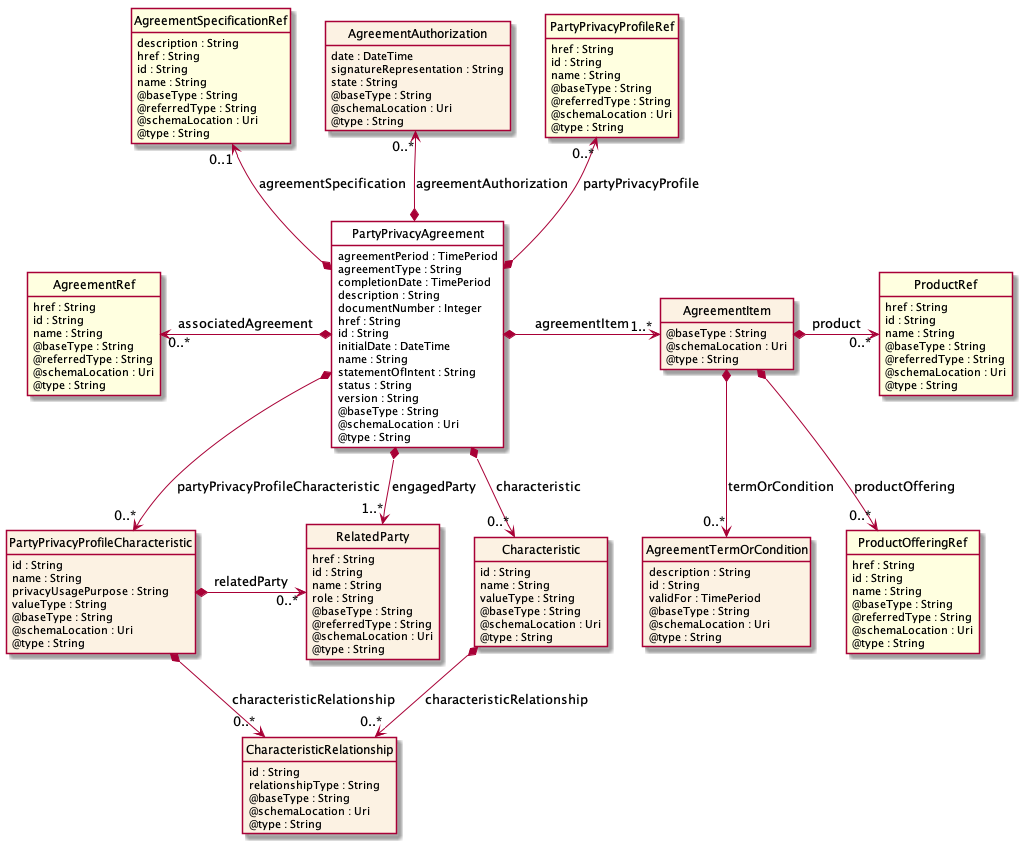
Before: apis/TMF644_Privacy/documentation/diagrams/Resource_PartyPrivacyAgreement.png, a diagram exported from PlantUML (tmforum-apis/Open_Api_And_Data_Model).
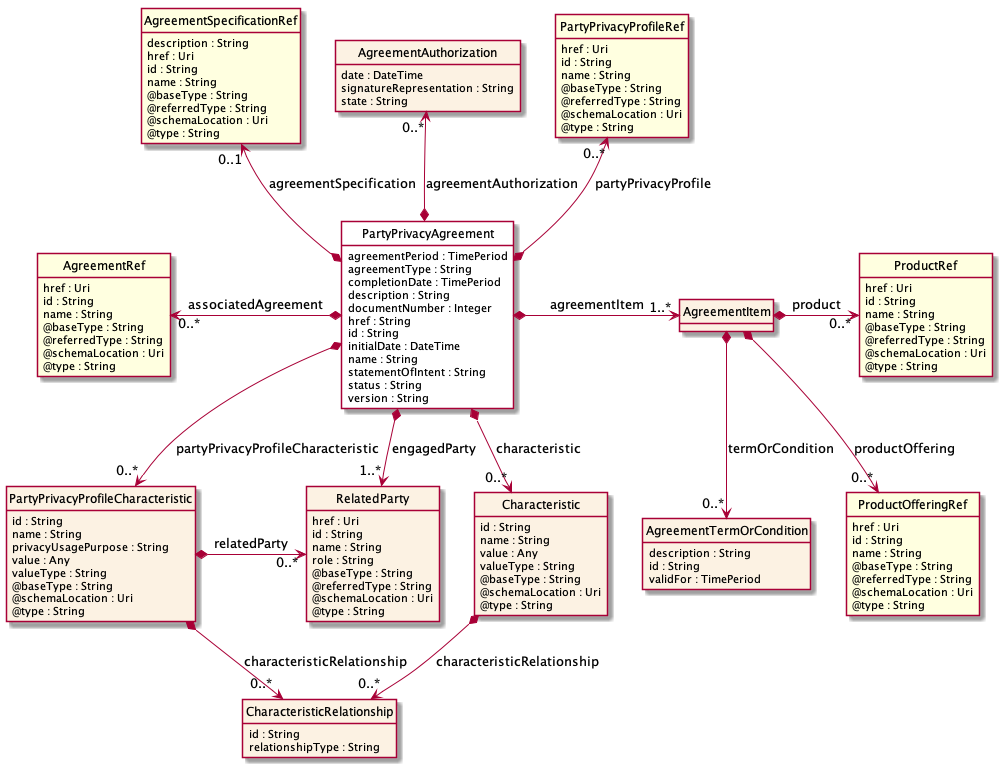
After the commit.

Diff of the diagram source:
```diff
@@ -23,15 +23,13 @@
     statementOfIntent : String
     status : String
     version : String
-    @baseType : String
-    @schemaLocation : Uri
-    @type : String
 }
 
 class PartyPrivacyProfileCharacteristic  {
     id : String
     name : String
     privacyUsagePurpose : String
+    value : Any
     valueType : String
     @baseType : String
     @schemaLocation : Uri
@@ -41,13 +39,10 @@
 class CharacteristicRelationship  {
     id : String
     relationshipType : String
-    @baseType : String
-    @schemaLocation : Uri
-    @type : String
 }
 
 class RelatedParty  {
-    href : String
+    href : Uri
     id : String
     name : String
     role : String
@@ -58,7 +53,7 @@
 }
 
 class AgreementRef  <<Ref>> {
-    href : String
+    href : Uri
     id : String
     name : String
     @baseType : String
@@ -69,7 +64,7 @@
 
 class AgreementSpecificationRef  <<Ref>> {
     description : String
-    href : String
+    href : Uri
     id : String
     name : String
     @baseType : String
@@ -81,6 +76,7 @@
 class Characteristic  {
     id : String
     name : String
+    value : Any
     valueType : String
     @baseType : String
     @schemaLocation : Uri
@@ -91,13 +87,10 @@
     date : DateTime
     signatureRepresentation : String
     state : String
-    @baseType : String
-    @schemaLocation : Uri
-    @type : String
 }
 
 class PartyPrivacyProfileRef  <<Ref>> {
-    href : String
+    href : Uri
     id : String
     name : String
     @baseType : String
@@ -107,22 +100,17 @@
 }
 
 class AgreementItem  {
-    @baseType : String
-    @schemaLocation : Uri
-    @type : String
+
 }
 
 class AgreementTermOrCondition  {
     description : String
     id : String
     validFor : TimePeriod
-    @baseType : String
-    @schemaLocation : Uri
-    @type : String
 }
 
 class ProductRef  <<Ref>> {
-    href : String
+    href : Uri
     id : String
     name : String
     @baseType : String
@@ -132,7 +120,7 @@
 }
 
 class ProductOfferingRef  <<Ref>> {
-    href : String
+    href : Uri
     id : String
     name : String
     @baseType : String
```
